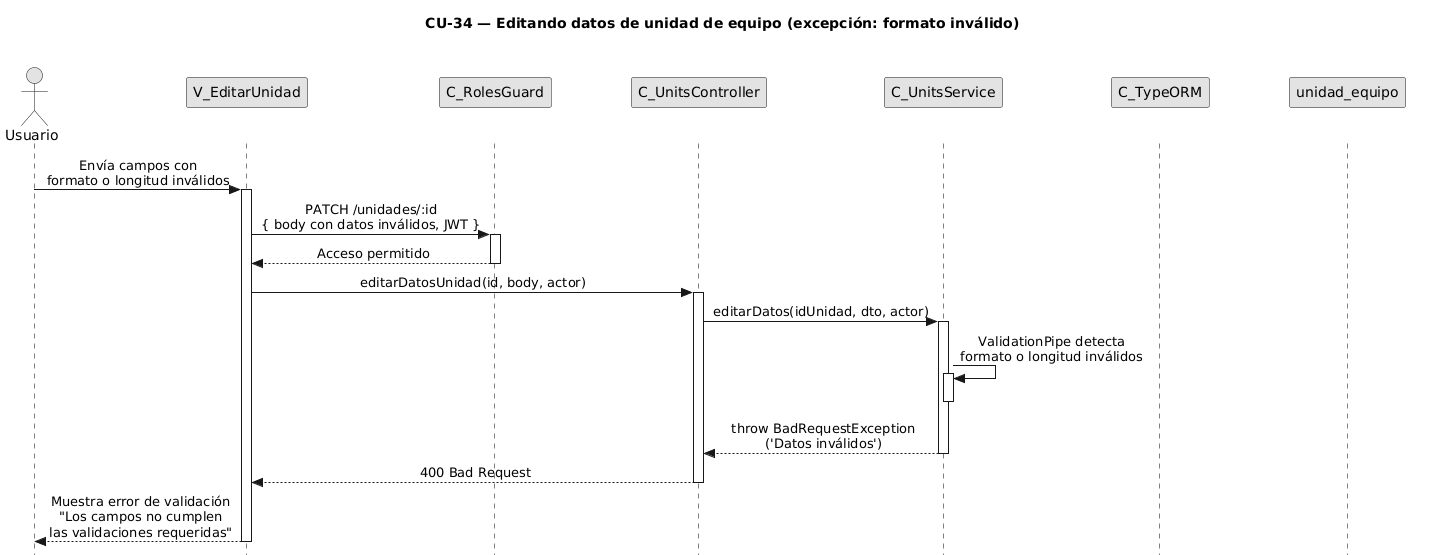
Earlier version of the PlantUML export diagramas/diagramas-secuencia/CU34/CU34-exc-formato-invalido.png (FSM-Finet-y-Cable-Magico/Team_1-Inventario-y-Bodega).
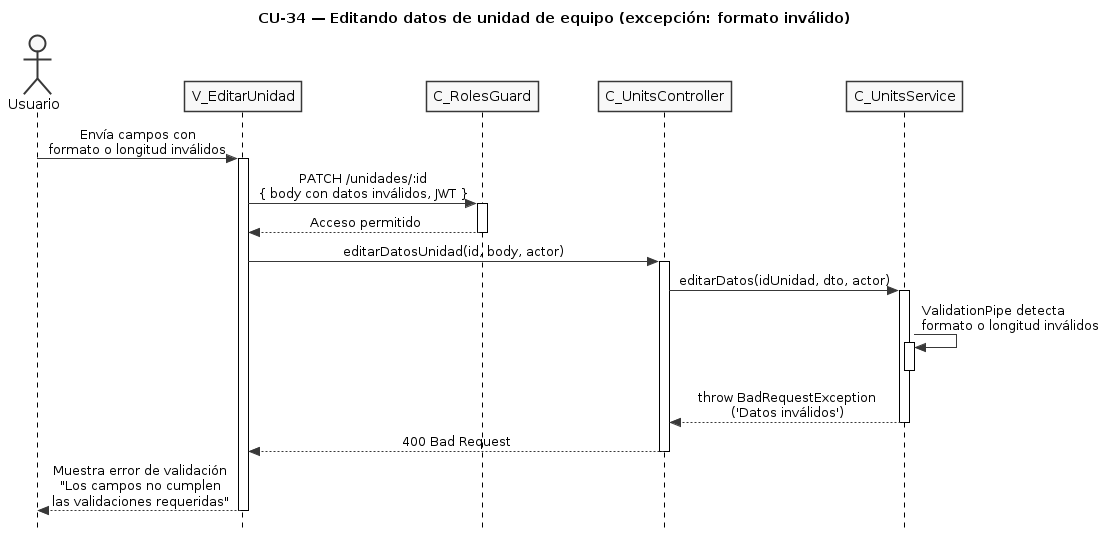
The same diagram one commit later.

Diff of the diagram source:
```diff
@@ -5,16 +5,8 @@
 skinparam monochrome true
 skinparam shadowing false
 skinparam sequenceMessageAlign center
-<style>
-sequenceDiagram {
-  participant {
-    Margin 35
-  }
-  actor {
-    Margin 15
-  }
-}
-</style>
+skinparam ParticipantPadding 25
+skinparam ActorPadding 20
 skinparam sequence {
   MessageAlign center
   LifeLineBorderColor black
@@ -26,8 +18,6 @@
 participant "C_RolesGuard" as guard
 participant "C_UnitsController" as ctrl
 participant "C_UnitsService" as svc
-participant "C_TypeORM" as orm
-participant "unidad_equipo" as ent
 
 user -> view : Envía campos con\nformato o longitud inválidos
 activate view
```
